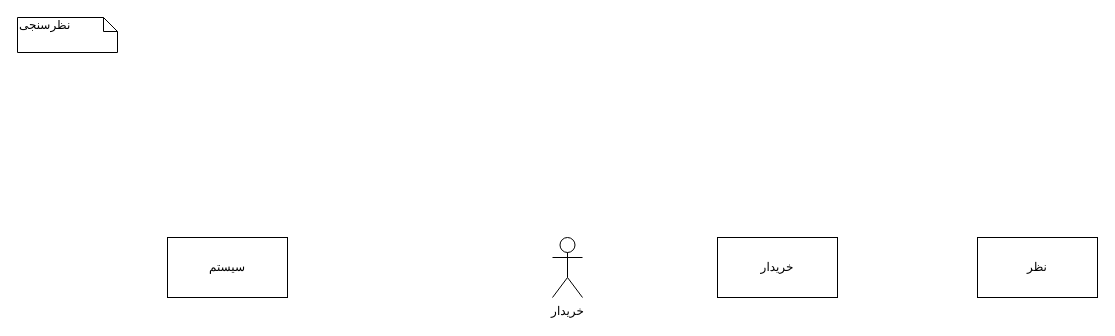
khoramian/TahDig_SoftwareEngineering keeps this draw.io diagram as Untitled Diagram.drawio. Above is the earlier version. Source tidied: cells renumbered, new cells numbered last; positions are measured from the earlier drawing's top-left corner, leaving out a move shared by most shapes. Both pictures are drawn from the tidied source at 100%, with x=0, y=0 at pixel (17, 17).
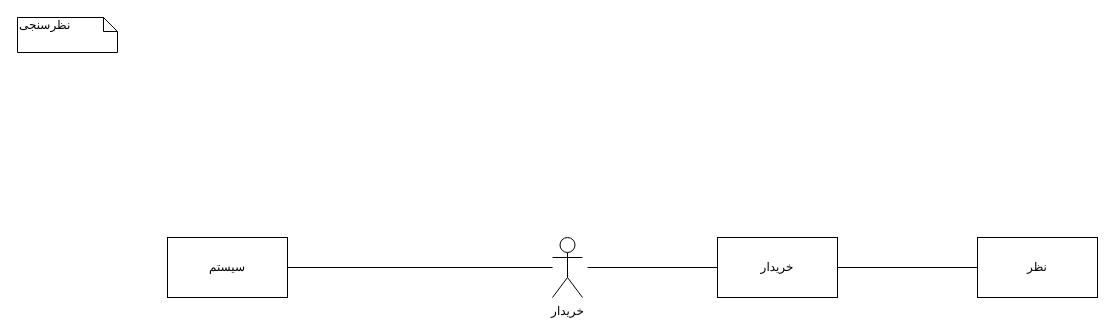
After the change.

Diff of the diagram source:
```diff
@@
 <mxGraphModel>
   <root>
     <mxCell id="0" />
     <mxCell id="1" parent="0" />
     <mxCell id="2" value="نظرسنجی" style="shape=note;whiteSpace=wrap;html=1;size=14;verticalAlign=top;align=left;spacingTop=-6;rounded=0;shadow=0;comic=0;labelBackgroundColor=none;strokeWidth=1;fontFamily=Verdana;fontSize=12;" parent="1" vertex="1">
       <mxGeometry width="100" height="35" as="geometry" />
     </mxCell>
     <mxCell id="3" value="سیستم" style="rounded=0;whiteSpace=wrap;html=1;" parent="1" vertex="1">
       <mxGeometry x="150" y="220" width="120" height="60" as="geometry" />
     </mxCell>
     <mxCell id="4" value="خریدار" style="shape=umlActor;verticalLabelPosition=bottom;verticalAlign=top;html=1;outlineConnect=0;" parent="1" vertex="1">
       <mxGeometry x="535" y="220" width="30" height="60" as="geometry" />
     </mxCell>
     <mxCell id="5" value="خریدار" style="rounded=0;whiteSpace=wrap;html=1;" parent="1" vertex="1">
       <mxGeometry x="700" y="220" width="120" height="60" as="geometry" />
     </mxCell>
     <mxCell id="6" value="نظر" style="rounded=0;whiteSpace=wrap;html=1;" parent="1" vertex="1">
       <mxGeometry x="960" y="220" width="120" height="60" as="geometry" />
     </mxCell>
+    <mxCell id="7" style="endArrow=none;html=1;exitX=1;exitY=0.5;exitDx=0;exitDy=0;" parent="1" edge="1" source="3" target="4">
+      <mxGeometry relative="1" as="geometry" />
+    </mxCell>
+    <mxCell id="8" style="endArrow=none;html=1;entryX=0;entryY=0.5;entryDx=0;entryDy=0;" parent="1" edge="1" target="5">
+      <mxGeometry relative="1" as="geometry">
+        <mxPoint x="570" y="250" as="sourcePoint" />
+      </mxGeometry>
+    </mxCell>
+    <mxCell id="9" style="endArrow=none;html=1;entryX=1;entryY=0.5;entryDx=0;entryDy=0;exitX=0;exitY=0.5;exitDx=0;exitDy=0;" parent="1" edge="1" source="6" target="5">
+      <mxGeometry relative="1" as="geometry" />
+    </mxCell>
   </root>
 </mxGraphModel>
```
